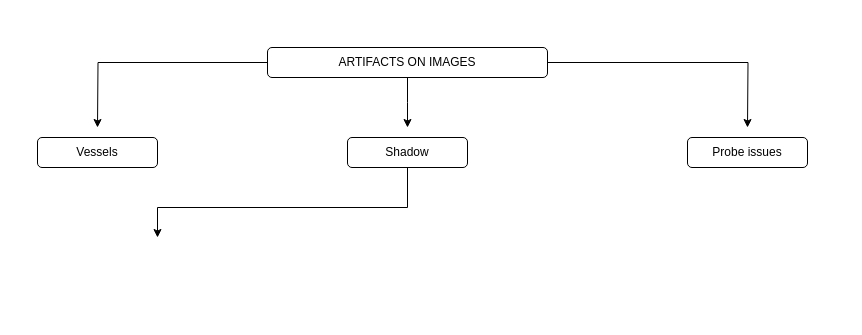
Above: Untitled Diagram.drawio in SenaSamur/mynewrepo (draw.io), before the change. Source tidied: cells renumbered, new cells numbered last; positions are measured from the earlier drawing's top-left corner, leaving out a move shared by most shapes. Both pictures are drawn from the tidied source at 100%, with x=0, y=0 at pixel (37, 47).
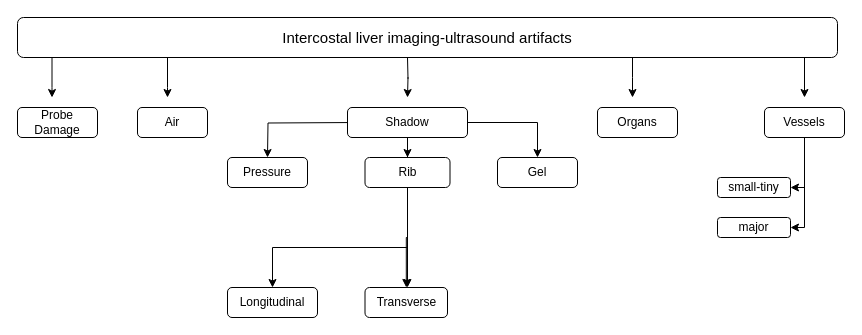
Above is the later version.

What changed in the source:
```diff
@@
-    <mxCell id="2" style="edgeStyle=orthogonalEdgeStyle;rounded=0;jettySize=auto;html=1;" parent="1" edge="1" source="5">
-      <mxGeometry relative="1" as="geometry">
-        <mxPoint x="60" y="80" as="targetPoint" />
-      </mxGeometry>
-    </mxCell>
-    <mxCell id="3" style="edgeStyle=orthogonalEdgeStyle;rounded=0;jettySize=auto;html=1;" parent="1" edge="1" source="5">
-      <mxGeometry relative="1" as="geometry">
-        <mxPoint x="370" y="80" as="targetPoint" />
-      </mxGeometry>
-    </mxCell>
-    <mxCell id="4" style="edgeStyle=orthogonalEdgeStyle;rounded=0;jettySize=auto;html=1;" parent="1" edge="1" source="5">
-      <mxGeometry relative="1" as="geometry">
-        <mxPoint x="710" y="80" as="targetPoint" />
-      </mxGeometry>
-    </mxCell>
-    <mxCell id="5" value="ARTIFACTS ON IMAGES" style="rounded=1;whiteSpace=wrap;html=1;" parent="1" vertex="1">
-      <mxGeometry x="230" width="280" height="30" as="geometry" />
-    </mxCell>
+    <mxCell id="10" style="edgeStyle=orthogonalEdgeStyle;rounded=0;orthogonalLoop=1;jettySize=auto;html=1;exitX=0;exitY=1;exitDx=0;exitDy=0;" parent="1" edge="1">
+      <mxGeometry relative="1" as="geometry">
+        <mxPoint x="14.5" y="10" as="sourcePoint" />
+        <mxPoint x="14.5" y="50" as="targetPoint" />
+        <Array as="points">
+          <mxPoint x="14.5" y="40" />
+          <mxPoint x="14.5" y="40" />
+        </Array>
+      </mxGeometry>
+    </mxCell>
+    <mxCell id="11" style="edgeStyle=orthogonalEdgeStyle;rounded=0;orthogonalLoop=1;jettySize=auto;html=1;" parent="1" edge="1">
+      <mxGeometry relative="1" as="geometry">
+        <mxPoint x="370" y="10" as="sourcePoint" />
+        <mxPoint x="370" y="50" as="targetPoint" />
+      </mxGeometry>
+    </mxCell>
+    <mxCell id="12" style="edgeStyle=orthogonalEdgeStyle;rounded=0;orthogonalLoop=1;jettySize=auto;html=1;exitX=1;exitY=1;exitDx=0;exitDy=0;" parent="1" edge="1">
+      <mxGeometry relative="1" as="geometry">
+        <mxPoint x="767" as="sourcePoint" />
+        <mxPoint x="767" y="50" as="targetPoint" />
+      </mxGeometry>
+    </mxCell>
+    <mxCell id="13" style="edgeStyle=orthogonalEdgeStyle;rounded=0;jettySize=auto;html=1;exitX=0.75;exitY=1;exitDx=0;exitDy=0;" parent="1" edge="1" source="14">
+      <mxGeometry relative="1" as="geometry">
+        <mxPoint x="595" y="50" as="targetPoint" />
+      </mxGeometry>
+    </mxCell>
+    <mxCell id="14" value="&lt;font style=&quot;font-size: 15px;&quot;&gt;Intercostal liver imaging-ultrasound artifacts&lt;/font&gt;" style="rounded=1;whiteSpace=wrap;html=1;" parent="1" vertex="1">
+      <mxGeometry x="-20" y="-30" width="820" height="40" as="geometry" />
+    </mxCell>
+    <mxCell id="15" style="edgeStyle=orthogonalEdgeStyle;rounded=0;orthogonalLoop=1;jettySize=auto;html=1;" parent="1" edge="1">
+      <mxGeometry relative="1" as="geometry">
+        <mxPoint x="320" y="75" as="sourcePoint" />
+        <mxPoint x="230" y="110" as="targetPoint" />
+      </mxGeometry>
+    </mxCell>
+    <mxCell id="16" style="edgeStyle=orthogonalEdgeStyle;rounded=0;jettySize=auto;html=1;" parent="1" edge="1" source="8" target="22">
+      <mxGeometry relative="1" as="geometry" />
+    </mxCell>
+    <mxCell id="17" style="edgeStyle=orthogonalEdgeStyle;rounded=0;jettySize=auto;html=1;" parent="1" edge="1" source="8" target="23">
+      <mxGeometry relative="1" as="geometry" />
+    </mxCell>
+    <mxCell id="8" value="Shadow" style="rounded=1;whiteSpace=wrap;html=1;" parent="1" vertex="1">
+      <mxGeometry x="310" y="60" width="120" height="30" as="geometry" />
+    </mxCell>
+    <mxCell id="18" value="Pressure" style="whiteSpace=wrap;html=1;rounded=1;" parent="1" vertex="1">
+      <mxGeometry x="190" y="110" width="80" height="30" as="geometry" />
+    </mxCell>
+    <mxCell id="19" style="edgeStyle=orthogonalEdgeStyle;rounded=0;jettySize=auto;html=1;" parent="1" edge="1" source="22" target="29">
+      <mxGeometry relative="1" as="geometry">
+        <Array as="points">
+          <mxPoint x="370" y="200" />
+          <mxPoint x="235" y="200" />
+        </Array>
+      </mxGeometry>
+    </mxCell>
+    <mxCell id="20" style="edgeStyle=orthogonalEdgeStyle;rounded=0;jettySize=auto;html=1;" parent="1" edge="1" source="22">
+      <mxGeometry relative="1" as="geometry">
+        <mxPoint x="370" y="240" as="targetPoint" />
+        <Array as="points">
+          <mxPoint x="370" y="190" />
+        </Array>
+      </mxGeometry>
+    </mxCell>
+    <mxCell id="21" style="edgeStyle=orthogonalEdgeStyle;rounded=0;jettySize=auto;html=1;" parent="1" edge="1" source="22" target="30">
+      <mxGeometry relative="1" as="geometry" />
+    </mxCell>
+    <mxCell id="22" value="Rib" style="whiteSpace=wrap;html=1;rounded=1;" parent="1" vertex="1">
+      <mxGeometry x="327.5" y="110" width="85" height="30" as="geometry" />
+    </mxCell>
+    <mxCell id="23" value="Gel" style="whiteSpace=wrap;html=1;rounded=1;" parent="1" vertex="1">
+      <mxGeometry x="460" y="110" width="80" height="30" as="geometry" />
+    </mxCell>
+    <mxCell id="24" value="Organs" style="rounded=1;whiteSpace=wrap;html=1;" parent="1" vertex="1">
+      <mxGeometry x="560" y="60" width="80" height="30" as="geometry" />
+    </mxCell>
+    <mxCell id="25" style="edgeStyle=orthogonalEdgeStyle;rounded=0;jettySize=auto;html=1;" parent="1" edge="1" source="6" target="31">
+      <mxGeometry relative="1" as="geometry">
+        <Array as="points">
+          <mxPoint x="767" y="140" />
+        </Array>
+      </mxGeometry>
+    </mxCell>
     <mxCell id="6" value="Vessels" style="rounded=1;whiteSpace=wrap;html=1;" parent="1" vertex="1">
-      <mxGeometry y="90" width="120" height="30" as="geometry" />
+      <mxGeometry x="727" y="60" width="80" height="30" as="geometry" />
     </mxCell>
-    <mxCell id="7" style="edgeStyle=orthogonalEdgeStyle;rounded=0;jettySize=auto;html=1;" parent="1" edge="1" source="8">
-      <mxGeometry relative="1" as="geometry">
-        <mxPoint x="120" y="190" as="targetPoint" />
-        <Array as="points">
-          <mxPoint x="370" y="160" />
-          <mxPoint x="120" y="160" />
-        </Array>
-      </mxGeometry>
-    </mxCell>
-    <mxCell id="8" value="Shadow" style="rounded=1;whiteSpace=wrap;html=1;" parent="1" vertex="1">
-      <mxGeometry x="310" y="90" width="120" height="30" as="geometry" />
-    </mxCell>
-    <mxCell id="9" value="Probe issues" style="rounded=1;whiteSpace=wrap;html=1;" parent="1" vertex="1">
-      <mxGeometry x="650" y="90" width="120" height="30" as="geometry" />
-    </mxCell>
+    <mxCell id="26" value="Probe Damage" style="whiteSpace=wrap;html=1;rounded=1;" parent="1" vertex="1">
+      <mxGeometry x="-20" y="60" width="80" height="30" as="geometry" />
+    </mxCell>
+    <mxCell id="27" style="edgeStyle=orthogonalEdgeStyle;rounded=0;orthogonalLoop=1;jettySize=auto;html=1;exitX=0;exitY=1;exitDx=0;exitDy=0;" parent="1" edge="1">
+      <mxGeometry relative="1" as="geometry">
+        <mxPoint x="130" y="10" as="sourcePoint" />
+        <mxPoint x="130" y="50" as="targetPoint" />
+        <Array as="points">
+          <mxPoint x="130" y="40" />
+          <mxPoint x="130" y="40" />
+        </Array>
+      </mxGeometry>
+    </mxCell>
+    <mxCell id="28" value="Air" style="whiteSpace=wrap;html=1;rounded=1;" parent="1" vertex="1">
+      <mxGeometry x="100" y="60" width="70" height="30" as="geometry" />
+    </mxCell>
+    <mxCell id="29" value="Longitudinal" style="whiteSpace=wrap;html=1;rounded=1;" parent="1" vertex="1">
+      <mxGeometry x="190" y="240" width="90" height="30" as="geometry" />
+    </mxCell>
+    <mxCell id="30" value="Transverse" style="whiteSpace=wrap;html=1;rounded=1;" parent="1" vertex="1">
+      <mxGeometry x="327.5" y="240" width="82.5" height="30" as="geometry" />
+    </mxCell>
+    <mxCell id="31" value="small-tiny" style="whiteSpace=wrap;html=1;rounded=1;" parent="1" vertex="1">
+      <mxGeometry x="680" y="130" width="73" height="20" as="geometry" />
+    </mxCell>
+    <mxCell id="32" style="edgeStyle=orthogonalEdgeStyle;rounded=0;jettySize=auto;html=1;" parent="1" edge="1" target="33">
+      <mxGeometry relative="1" as="geometry">
+        <mxPoint x="767" y="130" as="sourcePoint" />
+        <Array as="points">
+          <mxPoint x="767" y="180" />
+        </Array>
+      </mxGeometry>
+    </mxCell>
+    <mxCell id="33" value="major" style="whiteSpace=wrap;html=1;rounded=1;" parent="1" vertex="1">
+      <mxGeometry x="680" y="170" width="73" height="20" as="geometry" />
+    </mxCell>
```
